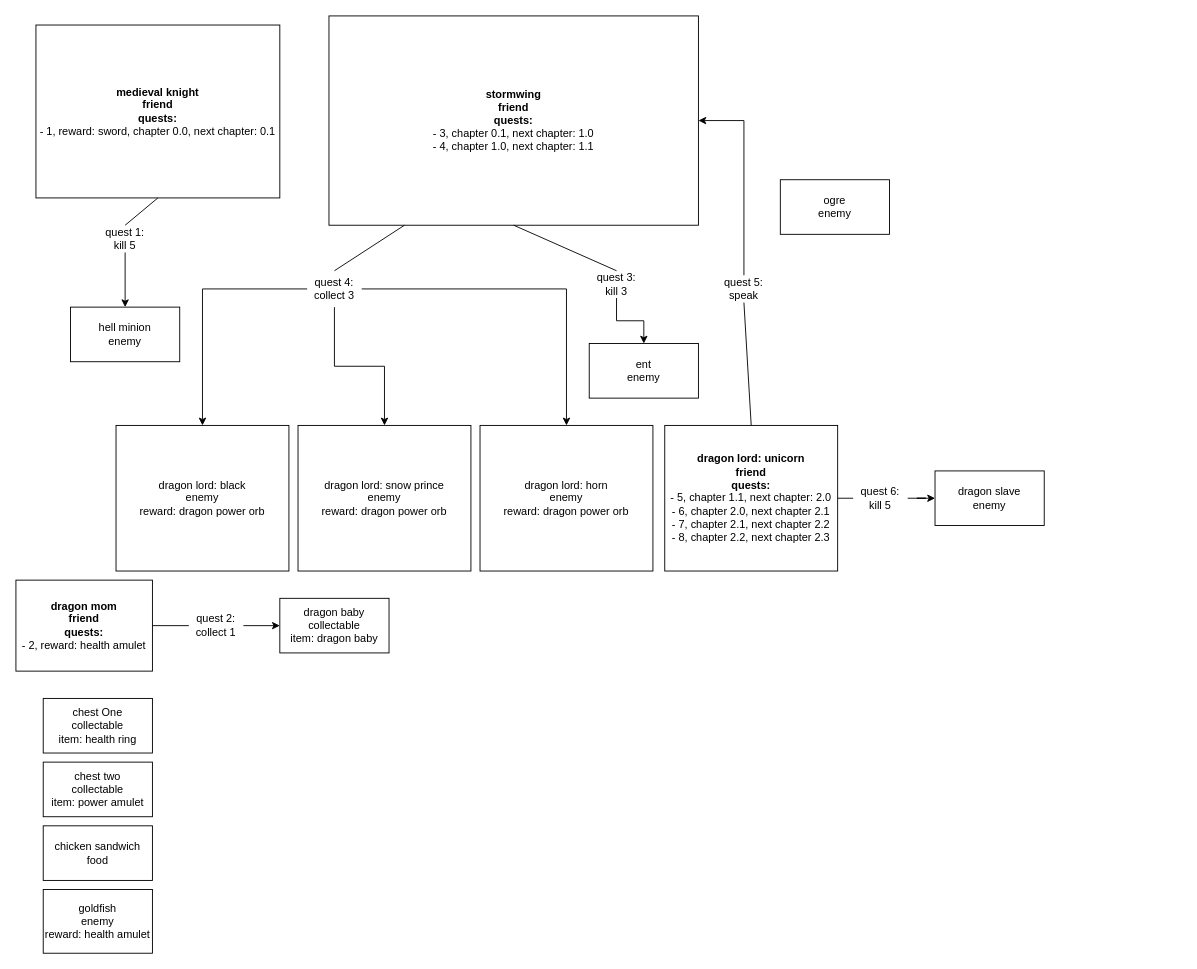
Juhi22/ArAdventure keeps this draw.io diagram as models.drawio. Above is the earlier version. Source tidied: cells renumbered, new cells numbered last; positions are measured from the earlier drawing's top-left corner, leaving out a move shared by most shapes. Both pictures are drawn from the tidied source at 91%, with x=0, y=0 at pixel (15, 15).
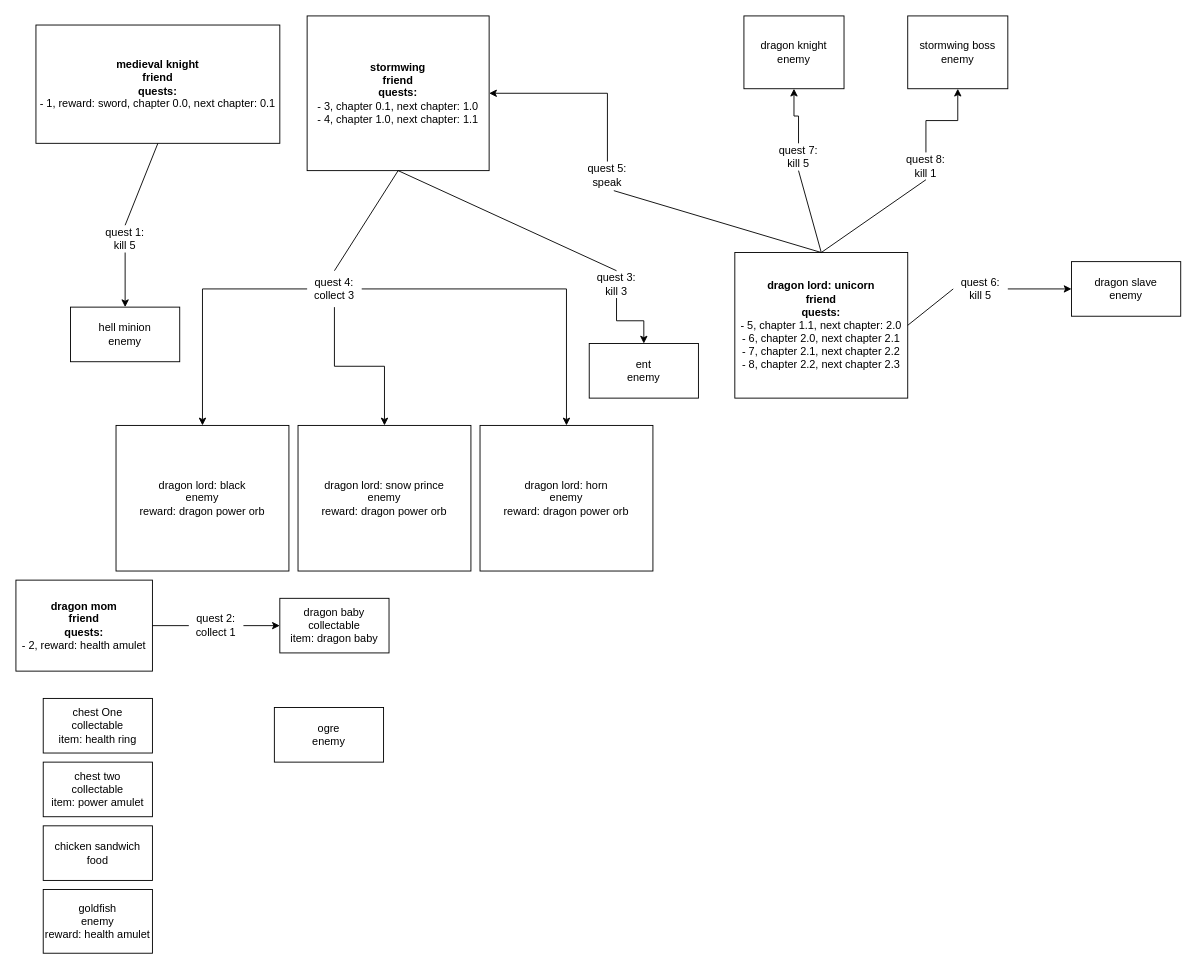
The same diagram, later.

Commit message (it also covers changes not shown here):
Fix dragon baby quest issues

The change refers to these unchanged cells:
```xml
<mxCell id="32" value="quest 4: collect 3" style="text;html=1;align=center;verticalAlign=middle;whiteSpace=wrap;rounded=0;" parent="1" vertex="1">
  <mxGeometry x="320" y="280" width="60" height="40" as="geometry" />
</mxCell>
```

Change to the diagram source:
```diff
@@
     <mxCell id="2" value="&lt;b&gt;medieval knight&lt;/b&gt;&lt;div&gt;&lt;b&gt;friend&lt;/b&gt;&lt;/div&gt;&lt;div&gt;&lt;b&gt;quests:&lt;/b&gt;&lt;/div&gt;&lt;div&gt;- 1, reward: sword, chapter 0.0, next chapter: 0.1&lt;/div&gt;" style="rounded=0;whiteSpace=wrap;html=1;" parent="1" vertex="1">
-      <mxGeometry x="22" y="10" width="268" height="190" as="geometry" />
+      <mxGeometry x="22" y="10" width="268" height="130" as="geometry" />
     </mxCell>
     <mxCell id="3" value="&lt;b&gt;stormwing&lt;/b&gt;&lt;div&gt;&lt;b&gt;friend&lt;/b&gt;&lt;/div&gt;&lt;div&gt;&lt;b&gt;quests:&lt;/b&gt;&lt;/div&gt;&lt;div&gt;- 3, chapter 0.1, next chapter: 1.0&lt;/div&gt;&lt;div&gt;- 4, chapter 1.0, next chapter: 1.1&lt;/div&gt;" style="rounded=0;whiteSpace=wrap;html=1;" parent="1" vertex="1">
-      <mxGeometry x="344" width="406" height="230" as="geometry" />
+      <mxGeometry x="320" width="200" height="170" as="geometry" />
     </mxCell>
@@
     <mxCell id="10" value="&lt;b&gt;dragon lord: unicorn&lt;/b&gt;&lt;div&gt;&lt;b&gt;friend&lt;/b&gt;&lt;/div&gt;&lt;div&gt;&lt;b&gt;quests:&lt;/b&gt;&lt;/div&gt;&lt;div&gt;- 5, chapter 1.1, next chapter: 2.0&lt;/div&gt;&lt;div&gt;- 6, chapter 2.0, next chapter 2.1&lt;/div&gt;&lt;div&gt;- 7, chapter 2.1, next chapter 2.2&lt;/div&gt;&lt;div&gt;- 8, chapter 2.2, next chapter 2.3&lt;/div&gt;" style="rounded=0;whiteSpace=wrap;html=1;" parent="1" vertex="1">
-      <mxGeometry x="713" y="450" width="190" height="160" as="geometry" />
+      <mxGeometry x="790" y="260" width="190" height="160" as="geometry" />
     </mxCell>
@@
     <mxCell id="25" value="ogre&lt;div&gt;enemy&lt;/div&gt;" style="rounded=0;whiteSpace=wrap;html=1;" parent="1" vertex="1">
-      <mxGeometry x="840" y="180" width="120" height="60" as="geometry" />
+      <mxGeometry x="284" y="760" width="120" height="60" as="geometry" />
     </mxCell>
     <mxCell id="26" value="dragon slave&lt;div&gt;enemy&lt;/div&gt;" style="rounded=0;whiteSpace=wrap;html=1;" parent="1" vertex="1">
-      <mxGeometry x="1010" y="500" width="120" height="60" as="geometry" />
+      <mxGeometry x="1160" y="270" width="120" height="60" as="geometry" />
     </mxCell>
@@
-    <mxCell id="28" style="endArrow=none;html=1;rounded=0;exitX=0.5;exitY=0;exitDx=0;exitDy=0;" parent="1" edge="1" source="32">
-      <mxGeometry relative="1" as="geometry">
-        <mxPoint x="427" y="230" as="targetPoint" />
-      </mxGeometry>
+    <mxCell id="28" style="endArrow=none;html=1;rounded=0;exitX=0.5;exitY=0;exitDx=0;exitDy=0;entryX=0.5;entryY=1;entryDx=0;entryDy=0;" parent="1" edge="1" source="32" target="3">
+      <mxGeometry relative="1" as="geometry" />
     </mxCell>
@@
     <mxCell id="33" value="quest 5: speak" style="text;html=1;align=center;verticalAlign=middle;whiteSpace=wrap;rounded=0;" parent="1" vertex="1">
-      <mxGeometry x="770" y="285" width="60" height="30" as="geometry" />
+      <mxGeometry x="620" y="160" width="60" height="30" as="geometry" />
     </mxCell>
-    <mxCell id="34" style="endArrow=none;html=1;rounded=0;entryX=0.5;entryY=1;entryDx=0;entryDy=0;exitX=0.5;exitY=0;exitDx=0;exitDy=0;" parent="1" edge="1" source="10" target="33">
+    <mxCell id="34" style="endArrow=none;html=1;rounded=0;entryX=0.617;entryY=1.067;entryDx=0;entryDy=0;exitX=0.5;exitY=0;exitDx=0;exitDy=0;entryPerimeter=0;" parent="1" edge="1" source="10" target="33">
       <mxGeometry relative="1" as="geometry" />
     </mxCell>
@@
     <mxCell id="37" value="quest 6&lt;span style=&quot;background-color: initial;&quot;&gt;: kill 5&lt;/span&gt;" style="text;html=1;align=center;verticalAlign=middle;whiteSpace=wrap;rounded=0;" parent="1" vertex="1">
-      <mxGeometry x="920" y="515" width="60" height="30" as="geometry" />
+      <mxGeometry x="1030" y="285" width="60" height="30" as="geometry" />
     </mxCell>
+    <mxCell id="38" value="stormwing boss&lt;div&gt;enemy&lt;/div&gt;" style="rounded=0;whiteSpace=wrap;html=1;" parent="1" vertex="1">
+      <mxGeometry x="980" width="110" height="80" as="geometry" />
+    </mxCell>
+    <mxCell id="39" style="edgeStyle=orthogonalEdgeStyle;rounded=0;jettySize=auto;html=1;exitX=0.5;exitY=0;exitDx=0;exitDy=0;entryX=0.5;entryY=1;entryDx=0;entryDy=0;" parent="1" edge="1" source="40" target="38">
+      <mxGeometry relative="1" as="geometry" />
+    </mxCell>
+    <mxCell id="40" value="quest 8&lt;span style=&quot;background-color: initial;&quot;&gt;: kill 1&lt;/span&gt;" style="text;html=1;align=center;verticalAlign=middle;whiteSpace=wrap;rounded=0;" parent="1" vertex="1">
+      <mxGeometry x="970" y="150" width="60" height="30" as="geometry" />
+    </mxCell>
+    <mxCell id="41" value="&lt;div&gt;dragon knight&lt;/div&gt;&lt;div&gt;enemy&lt;/div&gt;" style="rounded=0;whiteSpace=wrap;html=1;" parent="1" vertex="1">
+      <mxGeometry x="800" width="110" height="80" as="geometry" />
+    </mxCell>
+    <mxCell id="42" style="edgeStyle=orthogonalEdgeStyle;rounded=0;jettySize=auto;html=1;" parent="1" edge="1" source="43" target="41">
+      <mxGeometry relative="1" as="geometry" />
+    </mxCell>
+    <mxCell id="43" value="quest 7&lt;span style=&quot;background-color: initial;&quot;&gt;: kill 5&lt;/span&gt;" style="text;html=1;align=center;verticalAlign=middle;whiteSpace=wrap;rounded=0;" parent="1" vertex="1">
+      <mxGeometry x="830" y="140" width="60" height="30" as="geometry" />
+    </mxCell>
+    <mxCell id="44" style="endArrow=none;html=1;rounded=0;exitX=0.5;exitY=0;exitDx=0;exitDy=0;entryX=0.5;entryY=1;entryDx=0;entryDy=0;" parent="1" edge="1" source="10" target="43">
+      <mxGeometry relative="1" as="geometry" />
+    </mxCell>
+    <mxCell id="45" style="endArrow=none;html=1;rounded=0;exitX=0.5;exitY=0;exitDx=0;exitDy=0;entryX=0.5;entryY=1;entryDx=0;entryDy=0;" parent="1" edge="1" source="10" target="40">
+      <mxGeometry relative="1" as="geometry" />
+    </mxCell>
```
